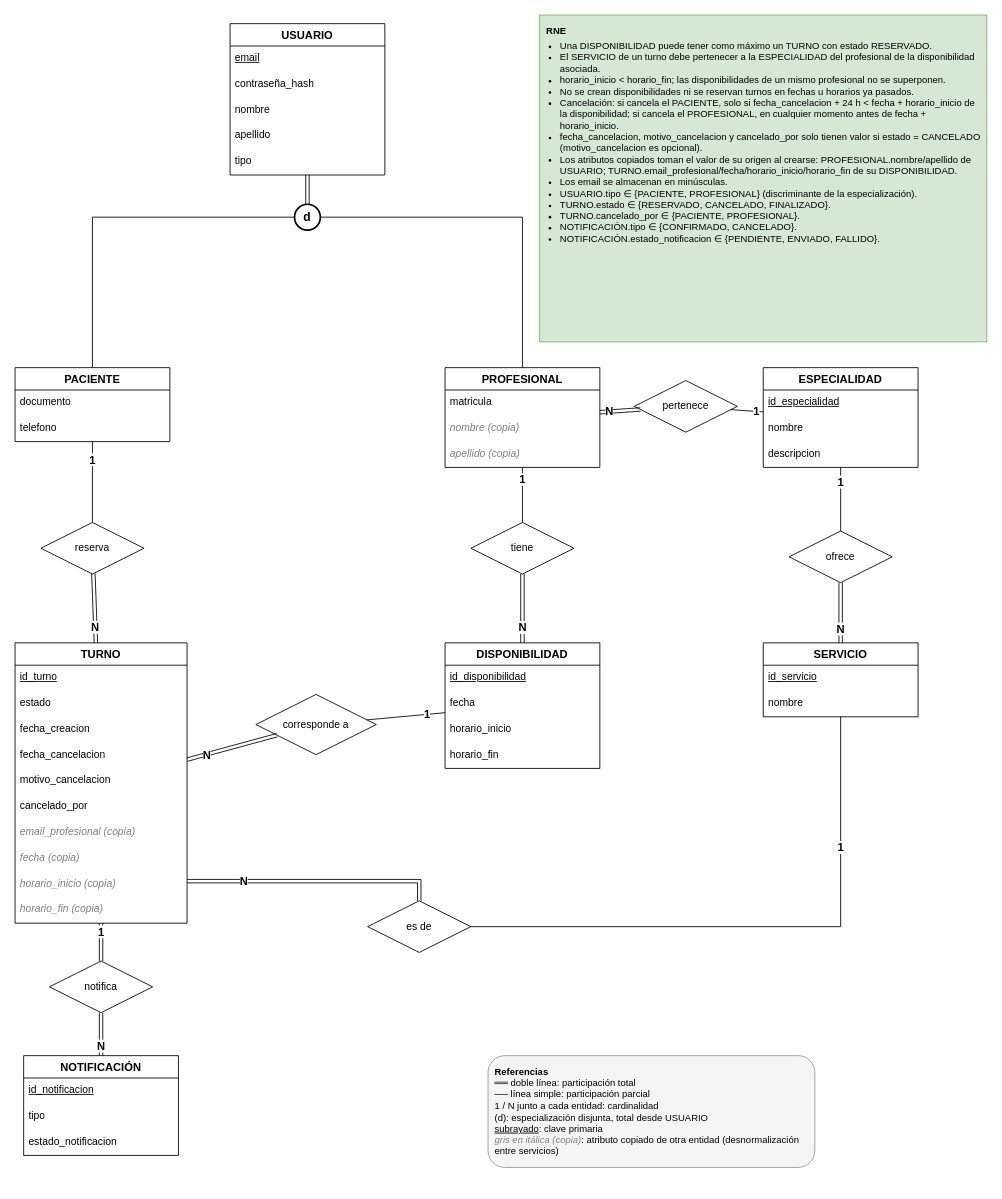
Above: docs/diagramas/mer.drawio in PaoloPortugal/Sistemas-Distribuidos (draw.io), before the change. Source tidied: cells renumbered, new cells numbered last; positions are measured from the earlier drawing's top-left corner, leaving out a move shared by most shapes. Both pictures are drawn from the tidied source at 86%, with x=0, y=0 at pixel (15, 15).
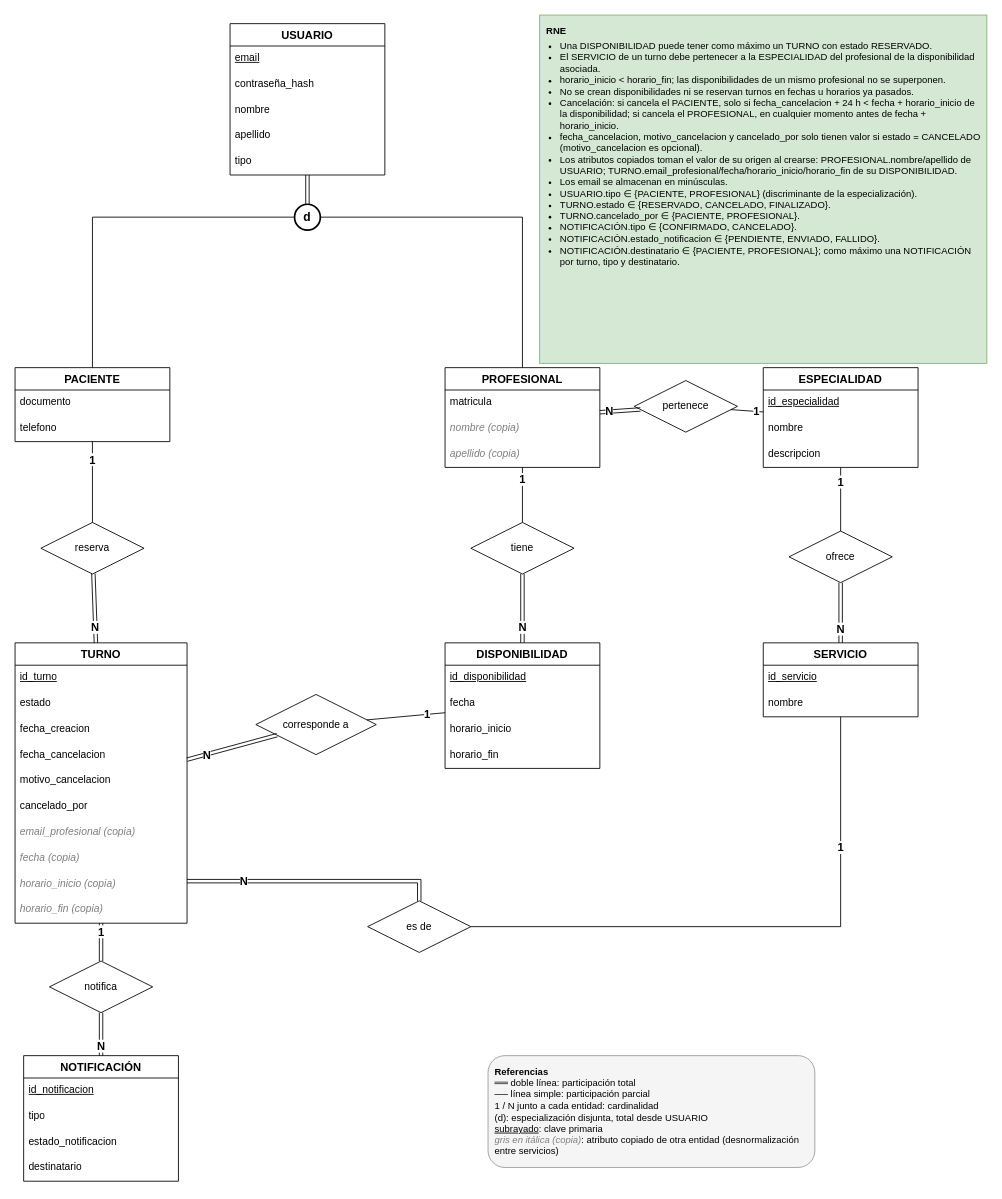
The same diagram, later.

The edit, as a diff of the source:
```diff
@@
     <mxCell id="32" value="NOTIFICACIÓN" style="swimlane;fontStyle=1;horizontal=1;startSize=26;align=center;fontSize=13;" parent="1" vertex="1">
-      <mxGeometry x="10" y="1210" width="180" height="116" as="geometry" />
+      <mxGeometry x="10" y="1210" width="180" height="146" as="geometry" />
     </mxCell>
@@
-    <mxCell id="61" value="&lt;b&gt;RNE&lt;/b&gt;&lt;ul style='margin:4px 0;padding-left:16px'&gt;&lt;li&gt;Una DISPONIBILIDAD puede tener como máximo un TURNO con estado RESERVADO.&lt;/li&gt;&lt;li&gt;El SERVICIO de un turno debe pertenecer a la ESPECIALIDAD del profesional de la disponibilidad asociada.&lt;/li&gt;&lt;li&gt;horario_inicio &amp;lt; horario_fin; las disponibilidades de un mismo profesional no se superponen.&lt;/li&gt;&lt;li&gt;No se crean disponibilidades ni se reservan turnos en fechas u horarios ya pasados.&lt;/li&gt;&lt;li&gt;Cancelación: si cancela el PACIENTE, solo si fecha_cancelacion + 24 h &amp;lt; fecha + horario_inicio de la disponibilidad; si cancela el PROFESIONAL, en cualquier momento antes de fecha + horario_inicio.&lt;/li&gt;&lt;li&gt;fecha_cancelacion, motivo_cancelacion y cancelado_por solo tienen valor si estado = CANCELADO (motivo_cancelacion es opcional).&lt;/li&gt;&lt;li&gt;Los atributos copiados toman el valor de su origen al crearse: PROFESIONAL.nombre/apellido de USUARIO; TURNO.email_profesional/fecha/horario_inicio/horario_fin de su DISPONIBILIDAD.&lt;/li&gt;&lt;li&gt;Los email se almacenan en minúsculas.&lt;/li&gt;&lt;li&gt;USUARIO.tipo ∈ {PACIENTE, PROFESIONAL} (discriminante de la especialización).&lt;/li&gt;&lt;li&gt;TURNO.estado ∈ {RESERVADO, CANCELADO, FINALIZADO}.&lt;/li&gt;&lt;li&gt;TURNO.cancelado_por ∈ {PACIENTE, PROFESIONAL}.&lt;/li&gt;&lt;li&gt;NOTIFICACIÓN.tipo ∈ {CONFIRMADO, CANCELADO}.&lt;/li&gt;&lt;li&gt;NOTIFICACIÓN.estado_notificacion ∈ {PENDIENTE, ENVIADO, FALLIDO}.&lt;/li&gt;&lt;/ul&gt;" style="text;html=1;align=left;verticalAlign=top;whiteSpace=wrap;strokeColor=#82b366;fillColor=#d5e8d4;spacing=8;fontSize=11;" parent="1" vertex="1">
-      <mxGeometry x="610" width="520" height="380" as="geometry" />
+    <mxCell id="61" value="&lt;b&gt;RNE&lt;/b&gt;&lt;ul style='margin:4px 0;padding-left:16px'&gt;&lt;li&gt;Una DISPONIBILIDAD puede tener como máximo un TURNO con estado RESERVADO.&lt;/li&gt;&lt;li&gt;El SERVICIO de un turno debe pertenecer a la ESPECIALIDAD del profesional de la disponibilidad asociada.&lt;/li&gt;&lt;li&gt;horario_inicio &amp;lt; horario_fin; las disponibilidades de un mismo profesional no se superponen.&lt;/li&gt;&lt;li&gt;No se crean disponibilidades ni se reservan turnos en fechas u horarios ya pasados.&lt;/li&gt;&lt;li&gt;Cancelación: si cancela el PACIENTE, solo si fecha_cancelacion + 24 h &amp;lt; fecha + horario_inicio de la disponibilidad; si cancela el PROFESIONAL, en cualquier momento antes de fecha + horario_inicio.&lt;/li&gt;&lt;li&gt;fecha_cancelacion, motivo_cancelacion y cancelado_por solo tienen valor si estado = CANCELADO (motivo_cancelacion es opcional).&lt;/li&gt;&lt;li&gt;Los atributos copiados toman el valor de su origen al crearse: PROFESIONAL.nombre/apellido de USUARIO; TURNO.email_profesional/fecha/horario_inicio/horario_fin de su DISPONIBILIDAD.&lt;/li&gt;&lt;li&gt;Los email se almacenan en minúsculas.&lt;/li&gt;&lt;li&gt;USUARIO.tipo ∈ {PACIENTE, PROFESIONAL} (discriminante de la especialización).&lt;/li&gt;&lt;li&gt;TURNO.estado ∈ {RESERVADO, CANCELADO, FINALIZADO}.&lt;/li&gt;&lt;li&gt;TURNO.cancelado_por ∈ {PACIENTE, PROFESIONAL}.&lt;/li&gt;&lt;li&gt;NOTIFICACIÓN.tipo ∈ {CONFIRMADO, CANCELADO}.&lt;/li&gt;&lt;li&gt;NOTIFICACIÓN.estado_notificacion ∈ {PENDIENTE, ENVIADO, FALLIDO}.&lt;/li&gt;&lt;li&gt;NOTIFICACIÓN.destinatario ∈ {PACIENTE, PROFESIONAL}; como máximo una NOTIFICACIÓN por turno, tipo y destinatario.&lt;/li&gt;&lt;/ul&gt;" style="text;html=1;align=left;verticalAlign=top;whiteSpace=wrap;strokeColor=#82b366;fillColor=#d5e8d4;spacing=8;fontSize=11;" parent="1" vertex="1">
+      <mxGeometry x="610" width="520" height="405" as="geometry" />
     </mxCell>
@@
+    <mxCell id="69" value="destinatario" style="text;strokeColor=none;fillColor=none;spacingLeft=4;spacingRight=4;overflow=hidden;fontSize=12;whiteSpace=wrap;html=1;" parent="32" vertex="1">
+      <mxGeometry y="116" width="180" height="30" as="geometry" />
+    </mxCell>
```
